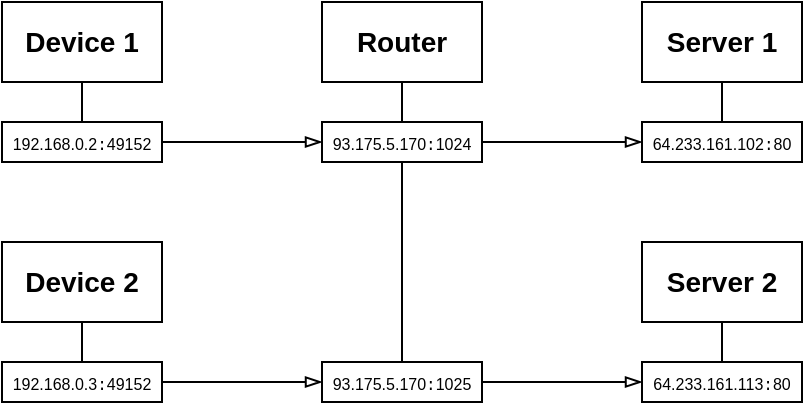
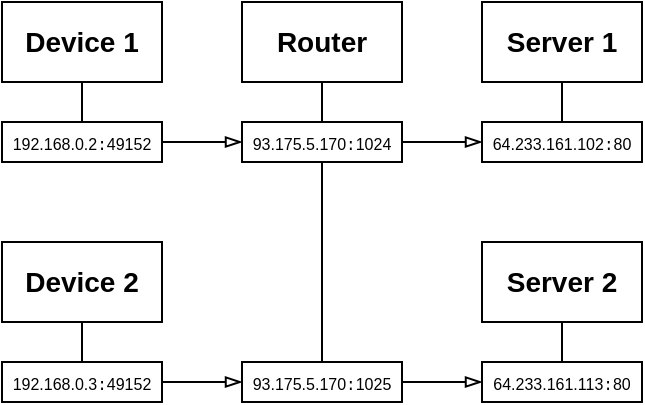
<mxfile host="app.diagrams.net">
  <diagram name="Страница-1" id="ICq6hzw-cClYEfPxBw5e">
-     <mxGraphModel dx="1123" dy="661" grid="1" gridSize="10" guides="1" tooltips="1" connect="1" arrows="1" fold="1" page="1" pageScale="1" pageWidth="827" pageHeight="1169" math="0" shadow="0">
+     <mxGraphModel dx="509" dy="345" grid="0" gridSize="10" guides="1" tooltips="1" connect="1" arrows="1" fold="1" page="1" pageScale="1" pageWidth="827" pageHeight="1169" math="0" shadow="0">
      <root>
        <mxCell id="0" />
        <mxCell id="1" parent="0" />
        <mxCell id="q0btIWb6TqDVfuBHoITh-1" parent="1" style="rounded=0;whiteSpace=wrap;html=1;" value="&lt;font style=&quot;font-size: 14px;&quot;&gt;&lt;b&gt;Device 1&lt;/b&gt;&lt;/font&gt;" vertex="1">
-           <mxGeometry height="40" width="80" x="160" y="240" as="geometry" />
+           <mxGeometry height="40" width="80" x="200" y="240" as="geometry" />
        </mxCell>
        <mxCell id="q0btIWb6TqDVfuBHoITh-3" parent="1" style="rounded=0;whiteSpace=wrap;html=1;" value="&lt;font style=&quot;font-size: 14px;&quot;&gt;&lt;b style=&quot;&quot;&gt;Router&lt;/b&gt;&lt;/font&gt;" vertex="1">
          <mxGeometry height="40" width="80" x="320" y="240" as="geometry" />
        </mxCell>
        <mxCell id="q0btIWb6TqDVfuBHoITh-4" parent="1" style="rounded=0;whiteSpace=wrap;html=1;" value="&lt;font style=&quot;font-size: 8px;&quot;&gt;192.168.0.2&lt;font face=&quot;Courier New&quot; style=&quot;&quot;&gt;:&lt;/font&gt;&lt;/font&gt;&lt;font style=&quot;font-size: 8px;&quot;&gt;49152&lt;/font&gt;" vertex="1">
-           <mxGeometry height="20" width="80" x="160" y="300" as="geometry" />
+           <mxGeometry height="20" width="80" x="200" y="300" as="geometry" />
        </mxCell>
        <mxCell id="q0btIWb6TqDVfuBHoITh-10" parent="1" style="rounded=0;whiteSpace=wrap;html=1;" value="&lt;font style=&quot;font-size: 14px;&quot;&gt;&lt;b&gt;Server 1&lt;/b&gt;&lt;/font&gt;" vertex="1">
-           <mxGeometry height="40" width="80" x="480" y="240" as="geometry" />
+           <mxGeometry height="40" width="80" x="440" y="240" as="geometry" />
        </mxCell>
        <mxCell id="q0btIWb6TqDVfuBHoITh-27" parent="1" style="rounded=0;whiteSpace=wrap;html=1;" value="&lt;font style=&quot;font-size: 14px;&quot;&gt;&lt;b&gt;Device 2&lt;/b&gt;&lt;/font&gt;" vertex="1">
-           <mxGeometry height="40" width="80" x="160" y="360" as="geometry" />
+           <mxGeometry height="40" width="80" x="200" y="360" as="geometry" />
        </mxCell>
        <mxCell id="q0btIWb6TqDVfuBHoITh-28" parent="1" style="rounded=0;whiteSpace=wrap;html=1;" value="&lt;font style=&quot;font-size: 8px;&quot;&gt;192.168.0.3&lt;font face=&quot;Courier New&quot;&gt;:&lt;/font&gt;&lt;/font&gt;&lt;span style=&quot;font-size: 8px;&quot;&gt;49152&lt;/span&gt;" vertex="1">
-           <mxGeometry height="20" width="80" x="160" y="420" as="geometry" />
+           <mxGeometry height="20" width="80" x="200" y="420" as="geometry" />
        </mxCell>
        <mxCell id="q0btIWb6TqDVfuBHoITh-30" edge="1" parent="1" source="q0btIWb6TqDVfuBHoITh-4" style="endArrow=blockThin;html=1;rounded=0;endFill=0;entryX=0;entryY=0.5;entryDx=0;entryDy=0;exitX=1;exitY=0.5;exitDx=0;exitDy=0;" target="q0btIWb6TqDVfuBHoITh-36" value="">
          <mxGeometry height="50" relative="1" width="50" as="geometry">
            <mxPoint x="390" y="350" as="sourcePoint" />
            <mxPoint x="440" y="300" as="targetPoint" />
          </mxGeometry>
        </mxCell>
        <mxCell id="q0btIWb6TqDVfuBHoITh-35" edge="1" parent="1" source="q0btIWb6TqDVfuBHoITh-4" style="endArrow=none;html=1;rounded=0;entryX=0.5;entryY=1;entryDx=0;entryDy=0;exitX=0.5;exitY=0;exitDx=0;exitDy=0;" target="q0btIWb6TqDVfuBHoITh-1" value="">
          <mxGeometry height="50" relative="1" width="50" as="geometry">
-             <mxPoint x="190" y="390" as="sourcePoint" />
-             <mxPoint x="240" y="340" as="targetPoint" />
+             <mxPoint x="230" y="390" as="sourcePoint" />
+             <mxPoint x="280" y="340" as="targetPoint" />
          </mxGeometry>
        </mxCell>
        <mxCell id="q0btIWb6TqDVfuBHoITh-36" parent="1" style="rounded=0;whiteSpace=wrap;html=1;" value="&lt;font style=&quot;font-size: 8px;&quot;&gt;&lt;font style=&quot;&quot;&gt;93.175.5.170&lt;font face=&quot;Courier New&quot; style=&quot;&quot;&gt;:&lt;/font&gt;&lt;/font&gt;&lt;font style=&quot;&quot;&gt;1024&lt;/font&gt;&lt;/font&gt;" vertex="1">
          <mxGeometry height="20" width="80" x="320" y="300" as="geometry" />
        </mxCell>
        <mxCell id="q0btIWb6TqDVfuBHoITh-37" edge="1" parent="1" source="q0btIWb6TqDVfuBHoITh-28" style="endArrow=none;html=1;rounded=0;entryX=0.5;entryY=1;entryDx=0;entryDy=0;exitX=0.5;exitY=0;exitDx=0;exitDy=0;" target="q0btIWb6TqDVfuBHoITh-27" value="">
          <mxGeometry height="50" relative="1" width="50" as="geometry">
-             <mxPoint x="270" y="410" as="sourcePoint" />
-             <mxPoint x="270" y="390" as="targetPoint" />
+             <mxPoint x="310" y="410" as="sourcePoint" />
+             <mxPoint x="310" y="390" as="targetPoint" />
          </mxGeometry>
        </mxCell>
        <mxCell id="q0btIWb6TqDVfuBHoITh-38" edge="1" parent="1" source="q0btIWb6TqDVfuBHoITh-36" style="endArrow=none;html=1;rounded=0;entryX=0.5;entryY=1;entryDx=0;entryDy=0;exitX=0.5;exitY=0;exitDx=0;exitDy=0;" target="q0btIWb6TqDVfuBHoITh-3" value="">
          <mxGeometry height="50" relative="1" width="50" as="geometry">
            <mxPoint x="420" y="310" as="sourcePoint" />
            <mxPoint x="420" y="290" as="targetPoint" />
          </mxGeometry>
        </mxCell>
        <mxCell id="q0btIWb6TqDVfuBHoITh-39" parent="1" style="rounded=0;whiteSpace=wrap;html=1;" value="&lt;font style=&quot;font-size: 8px;&quot;&gt;&lt;font style=&quot;&quot;&gt;64.233.161.102&lt;font face=&quot;Courier New&quot; style=&quot;&quot;&gt;:&lt;/font&gt;&lt;/font&gt;&lt;font style=&quot;&quot;&gt;80&lt;/font&gt;&lt;/font&gt;" vertex="1">
-           <mxGeometry height="20" width="80" x="480" y="300" as="geometry" />
+           <mxGeometry height="20" width="80" x="440" y="300" as="geometry" />
        </mxCell>
        <mxCell id="q0btIWb6TqDVfuBHoITh-40" parent="1" style="rounded=0;whiteSpace=wrap;html=1;" value="&lt;font style=&quot;font-size: 14px;&quot;&gt;&lt;b&gt;Server 2&lt;/b&gt;&lt;/font&gt;" vertex="1">
-           <mxGeometry height="40" width="80" x="480" y="360" as="geometry" />
+           <mxGeometry height="40" width="80" x="440" y="360" as="geometry" />
        </mxCell>
        <mxCell id="q0btIWb6TqDVfuBHoITh-41" parent="1" style="rounded=0;whiteSpace=wrap;html=1;" value="&lt;font style=&quot;font-size: 8px;&quot;&gt;&lt;font style=&quot;&quot;&gt;93.175.5.170&lt;font face=&quot;Courier New&quot; style=&quot;&quot;&gt;:&lt;/font&gt;&lt;/font&gt;&lt;font style=&quot;&quot; face=&quot;Helvetica&quot;&gt;1025&lt;/font&gt;&lt;/font&gt;" vertex="1">
          <mxGeometry height="20" width="80" x="320" y="420" as="geometry" />
        </mxCell>
        <mxCell id="q0btIWb6TqDVfuBHoITh-42" edge="1" parent="1" source="q0btIWb6TqDVfuBHoITh-41" style="endArrow=none;html=1;rounded=0;entryX=0.5;entryY=1;entryDx=0;entryDy=0;exitX=0.5;exitY=0;exitDx=0;exitDy=0;" target="q0btIWb6TqDVfuBHoITh-36" value="">
          <mxGeometry height="50" relative="1" width="50" as="geometry">
            <mxPoint x="360" y="370" as="sourcePoint" />
            <mxPoint x="360" y="350" as="targetPoint" />
          </mxGeometry>
        </mxCell>
        <mxCell id="q0btIWb6TqDVfuBHoITh-43" edge="1" parent="1" source="q0btIWb6TqDVfuBHoITh-39" style="endArrow=none;html=1;rounded=0;entryX=0.5;entryY=1;entryDx=0;entryDy=0;exitX=0.5;exitY=0;exitDx=0;exitDy=0;" target="q0btIWb6TqDVfuBHoITh-10" value="">
          <mxGeometry height="50" relative="1" width="50" as="geometry">
-             <mxPoint x="440" y="350" as="sourcePoint" />
-             <mxPoint x="440" y="330" as="targetPoint" />
+             <mxPoint x="400" y="350" as="sourcePoint" />
+             <mxPoint x="400" y="330" as="targetPoint" />
          </mxGeometry>
        </mxCell>
        <mxCell id="q0btIWb6TqDVfuBHoITh-44" edge="1" parent="1" source="q0btIWb6TqDVfuBHoITh-36" style="endArrow=blockThin;html=1;rounded=0;endFill=0;entryX=0;entryY=0.5;entryDx=0;entryDy=0;exitX=1;exitY=0.5;exitDx=0;exitDy=0;" target="q0btIWb6TqDVfuBHoITh-39" value="">
          <mxGeometry height="50" relative="1" width="50" as="geometry">
            <mxPoint x="410" y="340" as="sourcePoint" />
            <mxPoint x="490" y="340" as="targetPoint" />
          </mxGeometry>
        </mxCell>
        <mxCell id="q0btIWb6TqDVfuBHoITh-45" edge="1" parent="1" source="q0btIWb6TqDVfuBHoITh-28" style="endArrow=blockThin;html=1;rounded=0;endFill=0;entryX=0;entryY=0.5;entryDx=0;entryDy=0;exitX=1;exitY=0.5;exitDx=0;exitDy=0;" target="q0btIWb6TqDVfuBHoITh-41" value="">
          <mxGeometry height="50" relative="1" width="50" as="geometry">
            <mxPoint x="260" y="480" as="sourcePoint" />
            <mxPoint x="340" y="480" as="targetPoint" />
          </mxGeometry>
        </mxCell>
        <mxCell id="q0btIWb6TqDVfuBHoITh-46" parent="1" style="rounded=0;whiteSpace=wrap;html=1;" value="&lt;font style=&quot;font-size: 8px;&quot;&gt;&lt;font style=&quot;&quot;&gt;64.233.161.113&lt;font face=&quot;Courier New&quot; style=&quot;&quot;&gt;:&lt;/font&gt;&lt;/font&gt;&lt;font style=&quot;&quot;&gt;80&lt;/font&gt;&lt;/font&gt;" vertex="1">
-           <mxGeometry height="20" width="80" x="480" y="420" as="geometry" />
+           <mxGeometry height="20" width="80" x="440" y="420" as="geometry" />
        </mxCell>
        <mxCell id="q0btIWb6TqDVfuBHoITh-47" edge="1" parent="1" source="q0btIWb6TqDVfuBHoITh-46" style="endArrow=none;html=1;rounded=0;entryX=0.5;entryY=1;entryDx=0;entryDy=0;exitX=0.5;exitY=0;exitDx=0;exitDy=0;" target="q0btIWb6TqDVfuBHoITh-40" value="">
          <mxGeometry height="50" relative="1" width="50" as="geometry">
-             <mxPoint x="430" y="390" as="sourcePoint" />
-             <mxPoint x="430" y="370" as="targetPoint" />
+             <mxPoint x="390" y="390" as="sourcePoint" />
+             <mxPoint x="390" y="370" as="targetPoint" />
          </mxGeometry>
        </mxCell>
        <mxCell id="q0btIWb6TqDVfuBHoITh-48" edge="1" parent="1" source="q0btIWb6TqDVfuBHoITh-41" style="endArrow=blockThin;html=1;rounded=0;endFill=0;entryX=0;entryY=0.5;entryDx=0;entryDy=0;exitX=1;exitY=0.5;exitDx=0;exitDy=0;" target="q0btIWb6TqDVfuBHoITh-46" value="">
          <mxGeometry height="50" relative="1" width="50" as="geometry">
            <mxPoint x="450" y="470" as="sourcePoint" />
            <mxPoint x="530" y="470" as="targetPoint" />
          </mxGeometry>
        </mxCell>
      </root>
    </mxGraphModel>
  </diagram>
</mxfile>
